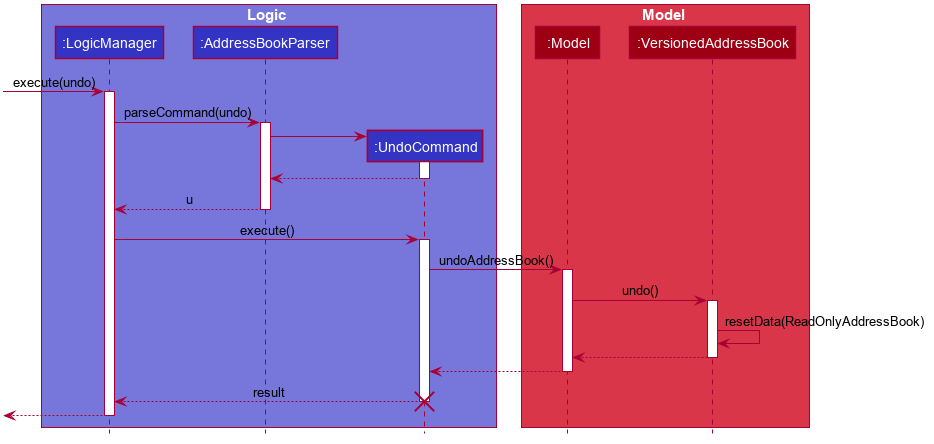
Above: docs/images/UndoSequenceDiagram.png in se-edu/addressbook-level4 (PlantUML), before the change. Its source is kept beside it as docs/diagrams/UndoSequenceDiagram.puml.
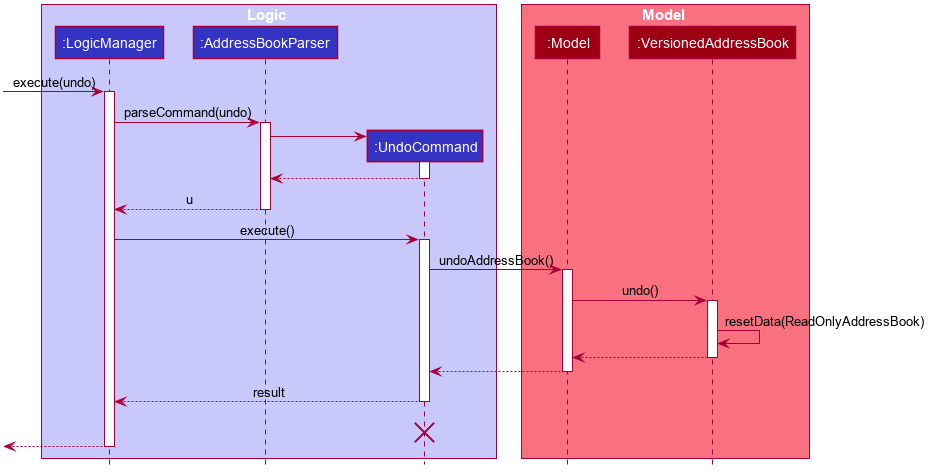
Later version of the same file.

Diff of the diagram source:
```diff
@@ -44,6 +44,8 @@
 deactivate Model
 
 UndoCommand --> LogicManager : result
+deactivate UndoCommand
+UndoCommand -[hidden]-> LogicManager : result
 destroy UndoCommand
 
 
```
